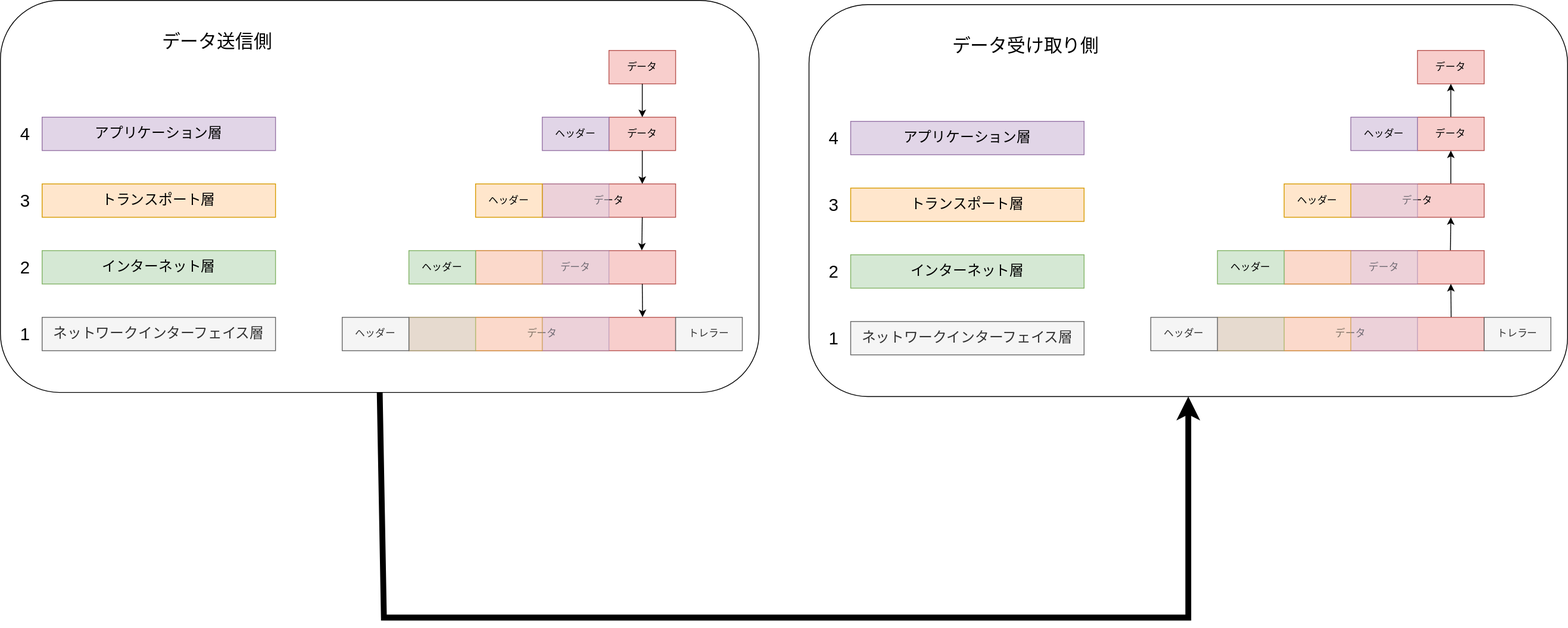
The draw.io diagram static/img/svg/Network/reference-model/reference-model-4.drawio.svg in koseki2580/study-docs, before a commit. Source tidied: cells renumbered, new cells last; positions are measured from the earlier drawing's top-left corner, leaving out a move shared by most shapes. The source it was exported from:
```xml
<mxGraphModel>
  <root>
    <mxCell id="0" />
    <mxCell id="1" parent="0" />
    <mxCell id="2" style="rounded=1;whiteSpace=wrap;html=1;" parent="1" vertex="1">
      <mxGeometry width="910" height="470" as="geometry" />
    </mxCell>
    <mxCell id="3" value="アプリケーション層" style="rounded=0;whiteSpace=wrap;html=1;fillColor=#e1d5e7;strokeColor=#9673a6;fontSize=17;" parent="1" vertex="1">
      <mxGeometry x="50" y="140" width="280" height="40" as="geometry" />
    </mxCell>
    <mxCell id="4" value="トランスポート層" style="rounded=0;whiteSpace=wrap;html=1;fillColor=#ffe6cc;strokeColor=#d79b00;fontSize=17;" parent="1" vertex="1">
      <mxGeometry x="50" y="220" width="280" height="40" as="geometry" />
    </mxCell>
    <mxCell id="5" value="インターネット層" style="rounded=0;whiteSpace=wrap;html=1;fillColor=#d5e8d4;strokeColor=#82b366;fontSize=17;" parent="1" vertex="1">
      <mxGeometry x="50" y="300" width="280" height="40" as="geometry" />
    </mxCell>
    <mxCell id="6" value="ネットワークインターフェイス層" style="rounded=0;whiteSpace=wrap;html=1;fillColor=#f5f5f5;fontColor=#333333;strokeColor=#666666;fontSize=17;" parent="1" vertex="1">
      <mxGeometry x="50" y="380" width="280" height="40" as="geometry" />
    </mxCell>
    <mxCell id="7" value="4" style="text;html=1;strokeColor=none;fillColor=none;align=center;verticalAlign=middle;whiteSpace=wrap;rounded=0;fontSize=21;" parent="1" vertex="1">
      <mxGeometry x="10" y="140" width="40" height="40" as="geometry" />
    </mxCell>
    <mxCell id="8" value="3" style="text;html=1;strokeColor=none;fillColor=none;align=center;verticalAlign=middle;whiteSpace=wrap;rounded=0;fontSize=21;" parent="1" vertex="1">
      <mxGeometry x="10" y="220" width="40" height="40" as="geometry" />
    </mxCell>
    <mxCell id="9" value="2" style="text;html=1;strokeColor=none;fillColor=none;align=center;verticalAlign=middle;whiteSpace=wrap;rounded=0;fontSize=21;" parent="1" vertex="1">
      <mxGeometry x="10" y="300" width="40" height="40" as="geometry" />
    </mxCell>
    <mxCell id="10" value="1" style="text;html=1;strokeColor=none;fillColor=none;align=center;verticalAlign=middle;whiteSpace=wrap;rounded=0;fontSize=21;" parent="1" vertex="1">
      <mxGeometry x="10" y="380" width="40" height="40" as="geometry" />
    </mxCell>
    <mxCell id="11" value="データ" style="rounded=0;whiteSpace=wrap;html=1;fillColor=#f8cecc;strokeColor=#b85450;" parent="1" vertex="1">
      <mxGeometry x="730" y="60" width="80" height="40" as="geometry" />
    </mxCell>
    <mxCell id="12" style="endArrow=classic;html=1;exitX=0.5;exitY=1;exitDx=0;exitDy=0;" parent="1" edge="1" source="11" target="13">
      <mxGeometry relative="1" as="geometry" />
    </mxCell>
    <mxCell id="13" value="データ" style="rounded=0;whiteSpace=wrap;html=1;fillColor=#f8cecc;strokeColor=#b85450;" parent="1" vertex="1">
      <mxGeometry x="730" y="140" width="80" height="40" as="geometry" />
    </mxCell>
    <mxCell id="14" value="ヘッダー" style="rounded=0;whiteSpace=wrap;html=1;fillColor=#e1d5e7;strokeColor=#9673a6;" parent="1" vertex="1">
      <mxGeometry x="650" y="140" width="80" height="40" as="geometry" />
    </mxCell>
    <mxCell id="15" style="endArrow=classic;html=1;exitX=0.5;exitY=1;exitDx=0;exitDy=0;entryX=0.75;entryY=0;entryDx=0;entryDy=0;" parent="1" edge="1" target="16">
      <mxGeometry relative="1" as="geometry">
        <mxPoint x="770" y="180" as="sourcePoint" />
      </mxGeometry>
    </mxCell>
    <mxCell id="16" value="データ" style="rounded=0;whiteSpace=wrap;html=1;fillColor=#f8cecc;strokeColor=#b85450;" parent="1" vertex="1">
      <mxGeometry x="650" y="220" width="160" height="40" as="geometry" />
    </mxCell>
    <mxCell id="17" style="rounded=0;whiteSpace=wrap;html=1;fillColor=#e1d5e7;strokeColor=#9673a6;opacity=50;" parent="1" vertex="1">
      <mxGeometry x="650" y="220" width="80" height="40" as="geometry" />
    </mxCell>
    <mxCell id="18" value="ヘッダー" style="rounded=0;whiteSpace=wrap;html=1;fillColor=#ffe6cc;strokeColor=#d79b00;" parent="1" vertex="1">
      <mxGeometry x="570" y="220" width="80" height="40" as="geometry" />
    </mxCell>
    <mxCell id="19" style="endArrow=classic;html=1;exitX=0.5;exitY=1;exitDx=0;exitDy=0;entryX=0.831;entryY=-0.007;entryDx=0;entryDy=0;entryPerimeter=0;" parent="1" edge="1" target="20">
      <mxGeometry relative="1" as="geometry">
        <mxPoint x="770" y="260" as="sourcePoint" />
      </mxGeometry>
    </mxCell>
    <mxCell id="20" value="データ" style="rounded=0;whiteSpace=wrap;html=1;fillColor=#f8cecc;strokeColor=#b85450;" parent="1" vertex="1">
      <mxGeometry x="570" y="300" width="240" height="40" as="geometry" />
    </mxCell>
    <mxCell id="21" style="rounded=0;whiteSpace=wrap;html=1;fillColor=#e1d5e7;strokeColor=#9673a6;opacity=50;" parent="1" vertex="1">
      <mxGeometry x="650" y="300" width="80" height="40" as="geometry" />
    </mxCell>
    <mxCell id="22" style="rounded=0;whiteSpace=wrap;html=1;fillColor=#ffe6cc;strokeColor=#d79b00;opacity=50;" parent="1" vertex="1">
      <mxGeometry x="570" y="300" width="80" height="40" as="geometry" />
    </mxCell>
    <mxCell id="23" value="ヘッダー" style="rounded=0;whiteSpace=wrap;html=1;fillColor=#d5e8d4;strokeColor=#82b366;" parent="1" vertex="1">
      <mxGeometry x="490" y="300" width="80" height="40" as="geometry" />
    </mxCell>
    <mxCell id="24" style="endArrow=classic;html=1;exitX=0.5;exitY=1;exitDx=0;exitDy=0;entryX=0.876;entryY=-0.007;entryDx=0;entryDy=0;entryPerimeter=0;" parent="1" edge="1" target="25">
      <mxGeometry relative="1" as="geometry">
        <mxPoint x="770" y="340" as="sourcePoint" />
      </mxGeometry>
    </mxCell>
    <mxCell id="25" value="データ" style="rounded=0;whiteSpace=wrap;html=1;fillColor=#f8cecc;strokeColor=#b85450;" parent="1" vertex="1">
      <mxGeometry x="490" y="380" width="320" height="40" as="geometry" />
    </mxCell>
    <mxCell id="26" style="rounded=0;whiteSpace=wrap;html=1;fillColor=#e1d5e7;strokeColor=#9673a6;opacity=50;" parent="1" vertex="1">
      <mxGeometry x="650" y="380" width="80" height="40" as="geometry" />
    </mxCell>
    <mxCell id="27" style="rounded=0;whiteSpace=wrap;html=1;fillColor=#ffe6cc;strokeColor=#d79b00;opacity=50;" parent="1" vertex="1">
      <mxGeometry x="570" y="380" width="80" height="40" as="geometry" />
    </mxCell>
    <mxCell id="28" style="rounded=0;whiteSpace=wrap;html=1;fillColor=#d5e8d4;strokeColor=#82b366;opacity=50;" parent="1" vertex="1">
      <mxGeometry x="490" y="380" width="80" height="40" as="geometry" />
    </mxCell>
    <mxCell id="29" value="ヘッダー" style="rounded=0;whiteSpace=wrap;html=1;fillColor=#f5f5f5;strokeColor=#666666;fontColor=#333333;" parent="1" vertex="1">
      <mxGeometry x="410" y="380" width="80" height="40" as="geometry" />
    </mxCell>
    <mxCell id="30" value="トレラー" style="rounded=0;whiteSpace=wrap;html=1;fillColor=#f5f5f5;strokeColor=#666666;fontColor=#333333;" parent="1" vertex="1">
      <mxGeometry x="810" y="380" width="80" height="40" as="geometry" />
    </mxCell>
    <mxCell id="31" value="データ送信側" style="text;html=1;strokeColor=none;fillColor=none;align=center;verticalAlign=middle;whiteSpace=wrap;rounded=0;fontSize=22;" parent="1" vertex="1">
      <mxGeometry x="140" y="30" width="240" height="40" as="geometry" />
    </mxCell>
    <mxCell id="32" style="rounded=1;whiteSpace=wrap;html=1;" parent="1" vertex="1">
      <mxGeometry x="970" y="5" width="910" height="470" as="geometry" />
    </mxCell>
    <mxCell id="33" value="アプリケーション層" style="rounded=0;whiteSpace=wrap;html=1;fillColor=#e1d5e7;strokeColor=#9673a6;fontSize=17;" parent="1" vertex="1">
      <mxGeometry x="1020" y="145" width="280" height="40" as="geometry" />
    </mxCell>
    <mxCell id="34" value="トランスポート層" style="rounded=0;whiteSpace=wrap;html=1;fillColor=#ffe6cc;strokeColor=#d79b00;fontSize=17;" parent="1" vertex="1">
      <mxGeometry x="1020" y="225" width="280" height="40" as="geometry" />
    </mxCell>
    <mxCell id="35" value="インターネット層" style="rounded=0;whiteSpace=wrap;html=1;fillColor=#d5e8d4;strokeColor=#82b366;fontSize=17;" parent="1" vertex="1">
      <mxGeometry x="1020" y="305" width="280" height="40" as="geometry" />
    </mxCell>
    <mxCell id="36" value="ネットワークインターフェイス層" style="rounded=0;whiteSpace=wrap;html=1;fillColor=#f5f5f5;fontColor=#333333;strokeColor=#666666;fontSize=17;" parent="1" vertex="1">
      <mxGeometry x="1020" y="385" width="280" height="40" as="geometry" />
    </mxCell>
    <mxCell id="37" value="4" style="text;html=1;strokeColor=none;fillColor=none;align=center;verticalAlign=middle;whiteSpace=wrap;rounded=0;fontSize=21;" parent="1" vertex="1">
      <mxGeometry x="980" y="145" width="40" height="40" as="geometry" />
    </mxCell>
    <mxCell id="38" value="3" style="text;html=1;strokeColor=none;fillColor=none;align=center;verticalAlign=middle;whiteSpace=wrap;rounded=0;fontSize=21;" parent="1" vertex="1">
      <mxGeometry x="980" y="225" width="40" height="40" as="geometry" />
    </mxCell>
    <mxCell id="39" value="2" style="text;html=1;strokeColor=none;fillColor=none;align=center;verticalAlign=middle;whiteSpace=wrap;rounded=0;fontSize=21;" parent="1" vertex="1">
      <mxGeometry x="980" y="305" width="40" height="40" as="geometry" />
    </mxCell>
    <mxCell id="40" value="1" style="text;html=1;strokeColor=none;fillColor=none;align=center;verticalAlign=middle;whiteSpace=wrap;rounded=0;fontSize=21;" parent="1" vertex="1">
      <mxGeometry x="980" y="385" width="40" height="40" as="geometry" />
    </mxCell>
    <mxCell id="41" value="データ受け取り側" style="text;html=1;strokeColor=none;fillColor=none;align=center;verticalAlign=middle;whiteSpace=wrap;rounded=0;fontSize=22;" parent="1" vertex="1">
      <mxGeometry x="1110" y="35" width="240" height="40" as="geometry" />
    </mxCell>
    <mxCell id="42" style="endArrow=classic;html=1;fontSize=22;exitX=0.5;exitY=1;exitDx=0;exitDy=0;entryX=0.5;entryY=1;entryDx=0;entryDy=0;strokeColor=default;rounded=0;strokeWidth=7;" parent="1" edge="1" source="2" target="32">
      <mxGeometry relative="1" as="geometry">
        <Array as="points">
          <mxPoint x="460" y="740" />
          <mxPoint x="1425" y="740" />
        </Array>
      </mxGeometry>
    </mxCell>
    <mxCell id="43" value="データ" style="rounded=0;whiteSpace=wrap;html=1;fillColor=#f8cecc;strokeColor=#b85450;" parent="1" vertex="1">
      <mxGeometry x="1700" y="60" width="80" height="40" as="geometry" />
    </mxCell>
    <mxCell id="44" style="endArrow=classic;html=1;entryX=0.5;entryY=1;entryDx=0;entryDy=0;" parent="1" edge="1" source="45" target="43">
      <mxGeometry relative="1" as="geometry" />
    </mxCell>
    <mxCell id="45" value="データ" style="rounded=0;whiteSpace=wrap;html=1;fillColor=#f8cecc;strokeColor=#b85450;" parent="1" vertex="1">
      <mxGeometry x="1700" y="140" width="80" height="40" as="geometry" />
    </mxCell>
    <mxCell id="46" value="ヘッダー" style="rounded=0;whiteSpace=wrap;html=1;fillColor=#e1d5e7;strokeColor=#9673a6;" parent="1" vertex="1">
      <mxGeometry x="1620" y="140" width="80" height="40" as="geometry" />
    </mxCell>
    <mxCell id="47" style="endArrow=classic;html=1;exitX=0.75;exitY=0;exitDx=0;exitDy=0;entryX=0.75;entryY=0;entryDx=0;entryDy=0;" parent="1" edge="1" source="48">
      <mxGeometry relative="1" as="geometry">
        <mxPoint x="1740" y="180" as="targetPoint" />
      </mxGeometry>
    </mxCell>
    <mxCell id="48" value="データ" style="rounded=0;whiteSpace=wrap;html=1;fillColor=#f8cecc;strokeColor=#b85450;" parent="1" vertex="1">
      <mxGeometry x="1620" y="220" width="160" height="40" as="geometry" />
    </mxCell>
    <mxCell id="49" style="rounded=0;whiteSpace=wrap;html=1;fillColor=#e1d5e7;strokeColor=#9673a6;opacity=50;" parent="1" vertex="1">
      <mxGeometry x="1620" y="220" width="80" height="40" as="geometry" />
    </mxCell>
    <mxCell id="50" value="ヘッダー" style="rounded=0;whiteSpace=wrap;html=1;fillColor=#ffe6cc;strokeColor=#d79b00;" parent="1" vertex="1">
      <mxGeometry x="1540" y="220" width="80" height="40" as="geometry" />
    </mxCell>
    <mxCell id="51" style="endArrow=classic;html=1;exitX=0.831;exitY=-0.007;exitDx=0;exitDy=0;entryX=0.831;entryY=-0.007;entryDx=0;entryDy=0;entryPerimeter=0;exitPerimeter=0;" parent="1" edge="1" source="52">
      <mxGeometry relative="1" as="geometry">
        <mxPoint x="1740" y="260" as="targetPoint" />
      </mxGeometry>
    </mxCell>
    <mxCell id="52" value="データ" style="rounded=0;whiteSpace=wrap;html=1;fillColor=#f8cecc;strokeColor=#b85450;" parent="1" vertex="1">
      <mxGeometry x="1540" y="300" width="240" height="40" as="geometry" />
    </mxCell>
    <mxCell id="53" style="rounded=0;whiteSpace=wrap;html=1;fillColor=#e1d5e7;strokeColor=#9673a6;opacity=50;" parent="1" vertex="1">
      <mxGeometry x="1620" y="300" width="80" height="40" as="geometry" />
    </mxCell>
    <mxCell id="54" style="rounded=0;whiteSpace=wrap;html=1;fillColor=#ffe6cc;strokeColor=#d79b00;opacity=50;" parent="1" vertex="1">
      <mxGeometry x="1540" y="300" width="80" height="40" as="geometry" />
    </mxCell>
    <mxCell id="55" value="ヘッダー" style="rounded=0;whiteSpace=wrap;html=1;fillColor=#d5e8d4;strokeColor=#82b366;" parent="1" vertex="1">
      <mxGeometry x="1460" y="300" width="80" height="40" as="geometry" />
    </mxCell>
    <mxCell id="56" style="endArrow=classic;html=1;exitX=0.876;exitY=-0.007;exitDx=0;exitDy=0;entryX=0.876;entryY=-0.007;entryDx=0;entryDy=0;entryPerimeter=0;exitPerimeter=0;" parent="1" edge="1" source="57">
      <mxGeometry relative="1" as="geometry">
        <mxPoint x="1740" y="340" as="targetPoint" />
      </mxGeometry>
    </mxCell>
    <mxCell id="57" value="データ" style="rounded=0;whiteSpace=wrap;html=1;fillColor=#f8cecc;strokeColor=#b85450;" parent="1" vertex="1">
      <mxGeometry x="1460" y="380" width="320" height="40" as="geometry" />
    </mxCell>
    <mxCell id="58" style="rounded=0;whiteSpace=wrap;html=1;fillColor=#e1d5e7;strokeColor=#9673a6;opacity=50;" parent="1" vertex="1">
      <mxGeometry x="1620" y="380" width="80" height="40" as="geometry" />
    </mxCell>
    <mxCell id="59" style="rounded=0;whiteSpace=wrap;html=1;fillColor=#ffe6cc;strokeColor=#d79b00;opacity=50;" parent="1" vertex="1">
      <mxGeometry x="1540" y="380" width="80" height="40" as="geometry" />
    </mxCell>
    <mxCell id="60" style="rounded=0;whiteSpace=wrap;html=1;fillColor=#d5e8d4;strokeColor=#82b366;opacity=50;" parent="1" vertex="1">
      <mxGeometry x="1460" y="380" width="80" height="40" as="geometry" />
    </mxCell>
    <mxCell id="61" value="ヘッダー" style="rounded=0;whiteSpace=wrap;html=1;fillColor=#f5f5f5;strokeColor=#666666;fontColor=#333333;" parent="1" vertex="1">
      <mxGeometry x="1380" y="380" width="80" height="40" as="geometry" />
    </mxCell>
    <mxCell id="62" value="トレラー" style="rounded=0;whiteSpace=wrap;html=1;fillColor=#f5f5f5;strokeColor=#666666;fontColor=#333333;" parent="1" vertex="1">
      <mxGeometry x="1780" y="380" width="80" height="40" as="geometry" />
    </mxCell>
  </root>
</mxGraphModel>
```
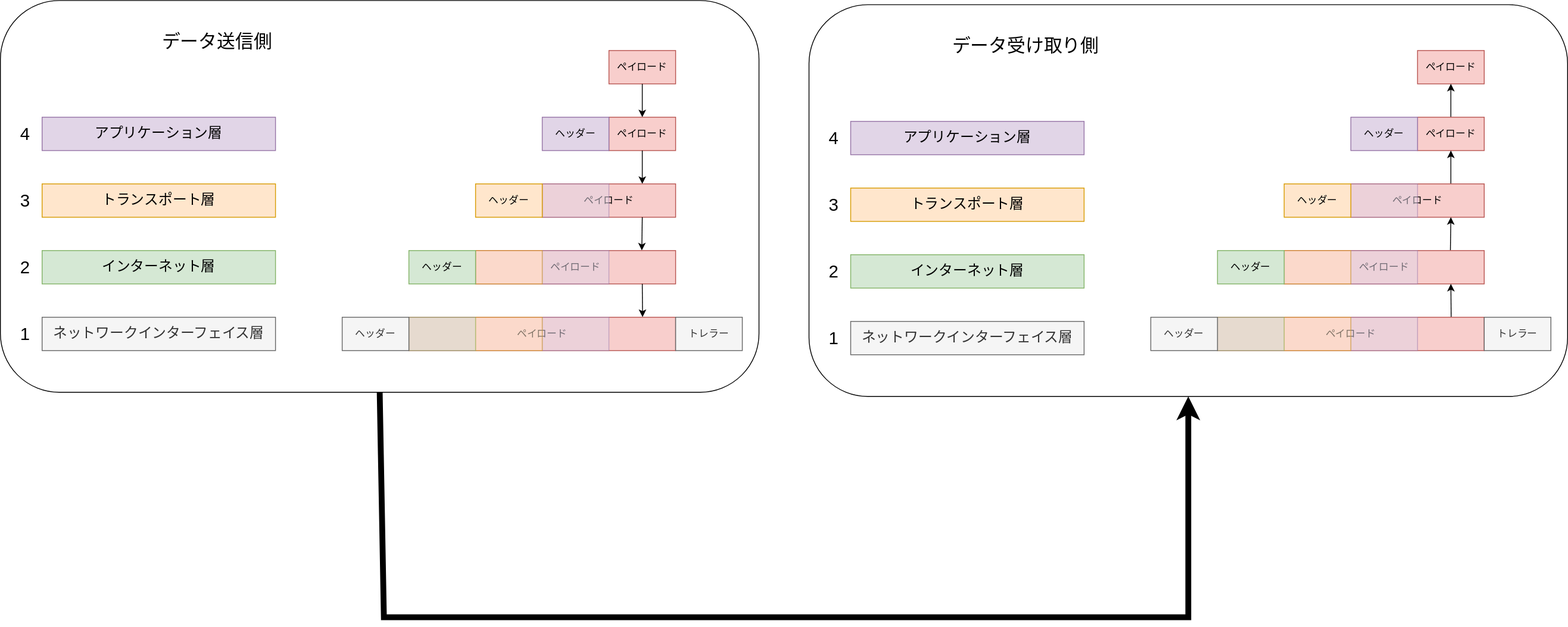
After the change.

Change to the diagram source:
```diff
@@ -29,13 +29,13 @@
     <mxCell id="10" value="1" style="text;html=1;strokeColor=none;fillColor=none;align=center;verticalAlign=middle;whiteSpace=wrap;rounded=0;fontSize=21;" parent="1" vertex="1">
       <mxGeometry x="10" y="380" width="40" height="40" as="geometry" />
     </mxCell>
-    <mxCell id="11" value="データ" style="rounded=0;whiteSpace=wrap;html=1;fillColor=#f8cecc;strokeColor=#b85450;" parent="1" vertex="1">
+    <mxCell id="11" value="ペイロード" style="rounded=0;whiteSpace=wrap;html=1;fillColor=#f8cecc;strokeColor=#b85450;" parent="1" vertex="1">
       <mxGeometry x="730" y="60" width="80" height="40" as="geometry" />
     </mxCell>
     <mxCell id="12" style="endArrow=classic;html=1;exitX=0.5;exitY=1;exitDx=0;exitDy=0;" parent="1" edge="1" source="11" target="13">
       <mxGeometry relative="1" as="geometry" />
     </mxCell>
-    <mxCell id="13" value="データ" style="rounded=0;whiteSpace=wrap;html=1;fillColor=#f8cecc;strokeColor=#b85450;" parent="1" vertex="1">
+    <mxCell id="13" value="ペイロード" style="rounded=0;whiteSpace=wrap;html=1;fillColor=#f8cecc;strokeColor=#b85450;" parent="1" vertex="1">
       <mxGeometry x="730" y="140" width="80" height="40" as="geometry" />
     </mxCell>
     <mxCell id="14" value="ヘッダー" style="rounded=0;whiteSpace=wrap;html=1;fillColor=#e1d5e7;strokeColor=#9673a6;" parent="1" vertex="1">
@@ -46,7 +46,7 @@
         <mxPoint x="770" y="180" as="sourcePoint" />
       </mxGeometry>
     </mxCell>
-    <mxCell id="16" value="データ" style="rounded=0;whiteSpace=wrap;html=1;fillColor=#f8cecc;strokeColor=#b85450;" parent="1" vertex="1">
+    <mxCell id="16" value="ペイロード" style="rounded=0;whiteSpace=wrap;html=1;fillColor=#f8cecc;strokeColor=#b85450;" parent="1" vertex="1">
       <mxGeometry x="650" y="220" width="160" height="40" as="geometry" />
     </mxCell>
     <mxCell id="17" style="rounded=0;whiteSpace=wrap;html=1;fillColor=#e1d5e7;strokeColor=#9673a6;opacity=50;" parent="1" vertex="1">
@@ -60,7 +60,7 @@
         <mxPoint x="770" y="260" as="sourcePoint" />
       </mxGeometry>
     </mxCell>
-    <mxCell id="20" value="データ" style="rounded=0;whiteSpace=wrap;html=1;fillColor=#f8cecc;strokeColor=#b85450;" parent="1" vertex="1">
+    <mxCell id="20" value="ペイロード" style="rounded=0;whiteSpace=wrap;html=1;fillColor=#f8cecc;strokeColor=#b85450;" parent="1" vertex="1">
       <mxGeometry x="570" y="300" width="240" height="40" as="geometry" />
     </mxCell>
     <mxCell id="21" style="rounded=0;whiteSpace=wrap;html=1;fillColor=#e1d5e7;strokeColor=#9673a6;opacity=50;" parent="1" vertex="1">
@@ -77,7 +77,7 @@
         <mxPoint x="770" y="340" as="sourcePoint" />
       </mxGeometry>
     </mxCell>
-    <mxCell id="25" value="データ" style="rounded=0;whiteSpace=wrap;html=1;fillColor=#f8cecc;strokeColor=#b85450;" parent="1" vertex="1">
+    <mxCell id="25" value="ペイロード" style="rounded=0;whiteSpace=wrap;html=1;fillColor=#f8cecc;strokeColor=#b85450;" parent="1" vertex="1">
       <mxGeometry x="490" y="380" width="320" height="40" as="geometry" />
     </mxCell>
     <mxCell id="26" style="rounded=0;whiteSpace=wrap;html=1;fillColor=#e1d5e7;strokeColor=#9673a6;opacity=50;" parent="1" vertex="1">
@@ -136,13 +136,13 @@
         </Array>
       </mxGeometry>
     </mxCell>
-    <mxCell id="43" value="データ" style="rounded=0;whiteSpace=wrap;html=1;fillColor=#f8cecc;strokeColor=#b85450;" parent="1" vertex="1">
+    <mxCell id="43" value="ペイロード" style="rounded=0;whiteSpace=wrap;html=1;fillColor=#f8cecc;strokeColor=#b85450;" parent="1" vertex="1">
       <mxGeometry x="1700" y="60" width="80" height="40" as="geometry" />
     </mxCell>
     <mxCell id="44" style="endArrow=classic;html=1;entryX=0.5;entryY=1;entryDx=0;entryDy=0;" parent="1" edge="1" source="45" target="43">
       <mxGeometry relative="1" as="geometry" />
     </mxCell>
-    <mxCell id="45" value="データ" style="rounded=0;whiteSpace=wrap;html=1;fillColor=#f8cecc;strokeColor=#b85450;" parent="1" vertex="1">
+    <mxCell id="45" value="ペイロード" style="rounded=0;whiteSpace=wrap;html=1;fillColor=#f8cecc;strokeColor=#b85450;" parent="1" vertex="1">
       <mxGeometry x="1700" y="140" width="80" height="40" as="geometry" />
     </mxCell>
     <mxCell id="46" value="ヘッダー" style="rounded=0;whiteSpace=wrap;html=1;fillColor=#e1d5e7;strokeColor=#9673a6;" parent="1" vertex="1">
@@ -153,7 +153,7 @@
         <mxPoint x="1740" y="180" as="targetPoint" />
       </mxGeometry>
     </mxCell>
-    <mxCell id="48" value="データ" style="rounded=0;whiteSpace=wrap;html=1;fillColor=#f8cecc;strokeColor=#b85450;" parent="1" vertex="1">
+    <mxCell id="48" value="ペイロード" style="rounded=0;whiteSpace=wrap;html=1;fillColor=#f8cecc;strokeColor=#b85450;" parent="1" vertex="1">
       <mxGeometry x="1620" y="220" width="160" height="40" as="geometry" />
     </mxCell>
     <mxCell id="49" style="rounded=0;whiteSpace=wrap;html=1;fillColor=#e1d5e7;strokeColor=#9673a6;opacity=50;" parent="1" vertex="1">
@@ -167,7 +167,7 @@
         <mxPoint x="1740" y="260" as="targetPoint" />
       </mxGeometry>
     </mxCell>
-    <mxCell id="52" value="データ" style="rounded=0;whiteSpace=wrap;html=1;fillColor=#f8cecc;strokeColor=#b85450;" parent="1" vertex="1">
+    <mxCell id="52" value="ペイロード" style="rounded=0;whiteSpace=wrap;html=1;fillColor=#f8cecc;strokeColor=#b85450;" parent="1" vertex="1">
       <mxGeometry x="1540" y="300" width="240" height="40" as="geometry" />
     </mxCell>
     <mxCell id="53" style="rounded=0;whiteSpace=wrap;html=1;fillColor=#e1d5e7;strokeColor=#9673a6;opacity=50;" parent="1" vertex="1">
@@ -184,7 +184,7 @@
         <mxPoint x="1740" y="340" as="targetPoint" />
       </mxGeometry>
     </mxCell>
-    <mxCell id="57" value="データ" style="rounded=0;whiteSpace=wrap;html=1;fillColor=#f8cecc;strokeColor=#b85450;" parent="1" vertex="1">
+    <mxCell id="57" value="ペイロード" style="rounded=0;whiteSpace=wrap;html=1;fillColor=#f8cecc;strokeColor=#b85450;" parent="1" vertex="1">
       <mxGeometry x="1460" y="380" width="320" height="40" as="geometry" />
     </mxCell>
     <mxCell id="58" style="rounded=0;whiteSpace=wrap;html=1;fillColor=#e1d5e7;strokeColor=#9673a6;opacity=50;" parent="1" vertex="1">
```
